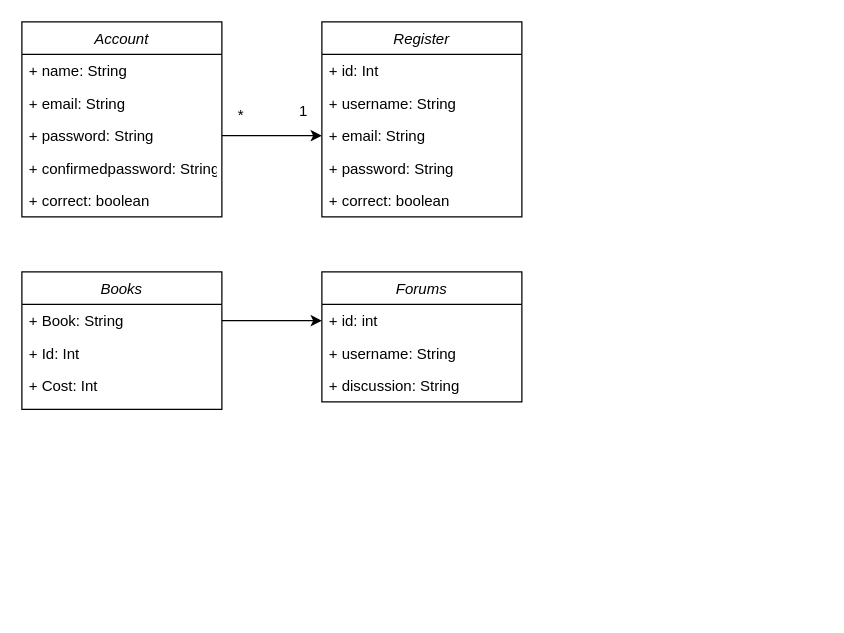
This is Ressourcen/Klassendiagramm.drawio from EthanUltra/LB-Projekt-M294-295_Ethan-Shrestha, a draw.io file, before an edit. Source tidied: cells renumbered, new cells numbered last; positions are measured from the earlier drawing's top-left corner, leaving out a move shared by most shapes. Both pictures are drawn from the tidied source at 125%, with x=0, y=0 at pixel (21, 21).
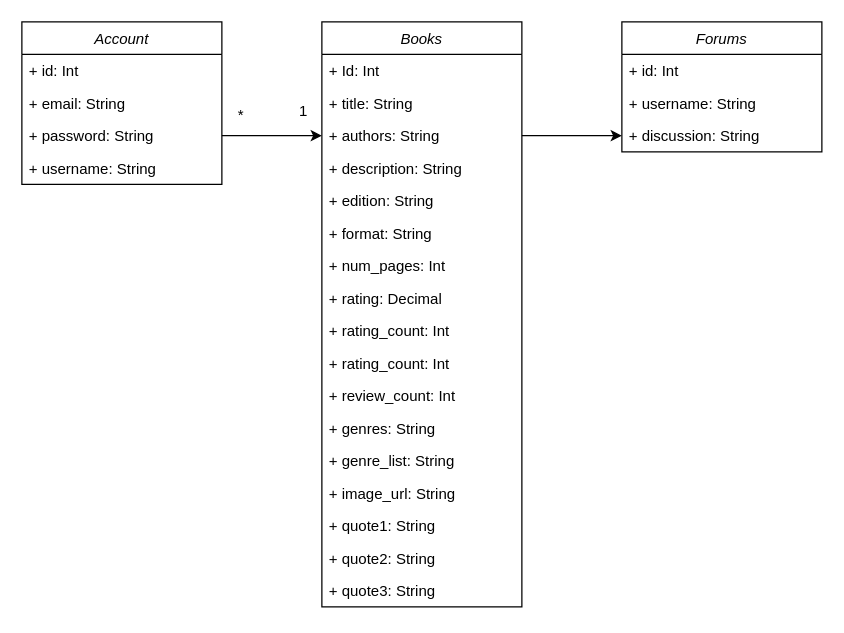
After the change.

The change refers to these unchanged cells:
```xml
<mxCell id="11" value="+ discussion: String" style="text;align=left;verticalAlign=top;spacingLeft=4;spacingRight=4;overflow=hidden;points=[[0,0.5],[1,0.5]];portConstraint=eastwest;" parent="8" vertex="1">
  <mxGeometry y="78" width="160" height="26" as="geometry" />
</mxCell>
<mxCell id="19" value="+ password: String" style="text;align=left;verticalAlign=top;spacingLeft=4;spacingRight=4;overflow=hidden;points=[[0,0.5],[1,0.5]];portConstraint=eastwest;rounded=0;shadow=0;html=0;" parent="16" vertex="1">
  <mxGeometry y="78" width="160" height="26" as="geometry" />
</mxCell>
```

Change to the diagram source:
```diff
@@
-    <mxCell id="2" value="Register" style="swimlane;fontStyle=2;align=center;verticalAlign=top;horizontal=1;startSize=26;rounded=0;shadow=0;strokeWidth=1;" parent="1" vertex="1">
-      <mxGeometry x="240" width="160" height="156" as="geometry" />
-    </mxCell>
-    <mxCell id="3" value="+ id: Int" style="text;align=left;verticalAlign=top;spacingLeft=4;spacingRight=4;overflow=hidden;" parent="2" vertex="1">
-      <mxGeometry y="26" width="160" height="26" as="geometry" />
-    </mxCell>
-    <mxCell id="4" value="+ username: String" style="text;align=left;verticalAlign=top;spacingLeft=4;spacingRight=4;overflow=hidden;rounded=0;shadow=0;html=0;" parent="2" vertex="1">
-      <mxGeometry y="52" width="160" height="26" as="geometry" />
-    </mxCell>
-    <mxCell id="5" value="+ email: String" style="text;align=left;verticalAlign=top;spacingLeft=4;spacingRight=4;overflow=hidden;points=[[0,0.5],[1,0.5]];portConstraint=eastwest;rounded=0;shadow=0;html=0;" parent="2" vertex="1">
-      <mxGeometry y="78" width="160" height="26" as="geometry" />
-    </mxCell>
-    <mxCell id="6" value="+ password: String" style="text;align=left;verticalAlign=top;spacingLeft=4;spacingRight=4;overflow=hidden;rounded=0;shadow=0;html=0;" parent="2" vertex="1">
-      <mxGeometry y="104" width="160" height="26" as="geometry" />
-    </mxCell>
-    <mxCell id="7" value="+ correct: boolean" style="text;align=left;verticalAlign=top;spacingLeft=4;spacingRight=4;overflow=hidden;rounded=0;shadow=0;html=0;" parent="2" vertex="1">
-      <mxGeometry y="130" width="160" height="26" as="geometry" />
-    </mxCell>
     <mxCell id="8" value="Forums" style="swimlane;fontStyle=2;align=center;verticalAlign=top;horizontal=1;startSize=26;rounded=0;shadow=0;strokeWidth=1;" parent="1" vertex="1">
-      <mxGeometry x="240" y="200" width="160" height="104" as="geometry" />
+      <mxGeometry x="480" width="160" height="104" as="geometry" />
     </mxCell>
-    <mxCell id="9" value="+ id: int" style="text;align=left;verticalAlign=top;spacingLeft=4;spacingRight=4;overflow=hidden;points=[[0,0.5],[1,0.5]];portConstraint=eastwest;" parent="8" vertex="1">
+    <mxCell id="9" value="+ id: Int" style="text;align=left;verticalAlign=top;spacingLeft=4;spacingRight=4;overflow=hidden;points=[[0,0.5],[1,0.5]];portConstraint=eastwest;" parent="8" vertex="1">
       <mxGeometry y="26" width="160" height="26" as="geometry" />
     </mxCell>
@@
     <mxCell id="12" value="Books" style="swimlane;fontStyle=2;align=center;verticalAlign=top;horizontal=1;startSize=26;rounded=0;shadow=0;strokeWidth=1;" parent="1" vertex="1">
-      <mxGeometry y="200" width="160" height="110" as="geometry" />
+      <mxGeometry x="240" width="160" height="468" as="geometry" />
     </mxCell>
-    <mxCell id="13" value="+ Book: String" style="text;align=left;verticalAlign=top;spacingLeft=4;spacingRight=4;overflow=hidden;points=[[0,0.5],[1,0.5]];portConstraint=eastwest;" parent="12" vertex="1">
-      <mxGeometry y="26" width="160" height="26" as="geometry" />
-    </mxCell>
     <mxCell id="14" value="+ Id: Int" style="text;align=left;verticalAlign=top;spacingLeft=4;spacingRight=4;overflow=hidden;rounded=0;shadow=0;html=0;" parent="12" vertex="1">
-      <mxGeometry y="52" width="160" height="26" as="geometry" />
+      <mxGeometry y="26" width="160" height="26" as="geometry" />
     </mxCell>
-    <mxCell id="15" value="+ Cost: Int" style="text;align=left;verticalAlign=top;spacingLeft=4;spacingRight=4;overflow=hidden;rounded=0;shadow=0;html=0;" parent="12" vertex="1">
-      <mxGeometry y="78" width="160" height="26" as="geometry" />
-    </mxCell>
+    <mxCell id="26" value="+ title: String" style="text;align=left;verticalAlign=top;spacingLeft=4;spacingRight=4;overflow=hidden;rounded=0;shadow=0;html=0;" parent="12" vertex="1">
+      <mxGeometry y="52" width="160" height="26" as="geometry" />
+    </mxCell>
+    <mxCell id="27" value="+ authors: String" style="text;align=left;verticalAlign=top;spacingLeft=4;spacingRight=4;overflow=hidden;points=[[0,0.5],[1,0.5]];portConstraint=eastwest;rounded=0;shadow=0;html=0;" parent="12" vertex="1">
+      <mxGeometry y="78" width="160" height="26" as="geometry" />
+    </mxCell>
+    <mxCell id="28" value="+ description: String" style="text;align=left;verticalAlign=top;spacingLeft=4;spacingRight=4;overflow=hidden;rounded=0;shadow=0;html=0;" parent="12" vertex="1">
+      <mxGeometry y="104" width="160" height="26" as="geometry" />
+    </mxCell>
+    <mxCell id="29" value="+ edition: String" style="text;align=left;verticalAlign=top;spacingLeft=4;spacingRight=4;overflow=hidden;rounded=0;shadow=0;html=0;" parent="12" vertex="1">
+      <mxGeometry y="130" width="160" height="26" as="geometry" />
+    </mxCell>
+    <mxCell id="30" value="+ format: String" style="text;align=left;verticalAlign=top;spacingLeft=4;spacingRight=4;overflow=hidden;rounded=0;shadow=0;html=0;" parent="12" vertex="1">
+      <mxGeometry y="156" width="160" height="26" as="geometry" />
+    </mxCell>
+    <mxCell id="31" value="+ num_pages: Int" style="text;align=left;verticalAlign=top;spacingLeft=4;spacingRight=4;overflow=hidden;rounded=0;shadow=0;html=0;" parent="12" vertex="1">
+      <mxGeometry y="182" width="160" height="26" as="geometry" />
+    </mxCell>
+    <mxCell id="32" value="+ rating: Decimal" style="text;align=left;verticalAlign=top;spacingLeft=4;spacingRight=4;overflow=hidden;rounded=0;shadow=0;html=0;" parent="12" vertex="1">
+      <mxGeometry y="208" width="160" height="26" as="geometry" />
+    </mxCell>
+    <mxCell id="33" value="+ rating_count: Int" style="text;align=left;verticalAlign=top;spacingLeft=4;spacingRight=4;overflow=hidden;rounded=0;shadow=0;html=0;" parent="12" vertex="1">
+      <mxGeometry y="234" width="160" height="26" as="geometry" />
+    </mxCell>
+    <mxCell id="34" value="+ rating_count: Int" style="text;align=left;verticalAlign=top;spacingLeft=4;spacingRight=4;overflow=hidden;rounded=0;shadow=0;html=0;" parent="12" vertex="1">
+      <mxGeometry y="260" width="160" height="26" as="geometry" />
+    </mxCell>
+    <mxCell id="35" value="+ review_count: Int" style="text;align=left;verticalAlign=top;spacingLeft=4;spacingRight=4;overflow=hidden;rounded=0;shadow=0;html=0;" parent="12" vertex="1">
+      <mxGeometry y="286" width="160" height="26" as="geometry" />
+    </mxCell>
+    <mxCell id="36" value="+ genres: String" style="text;align=left;verticalAlign=top;spacingLeft=4;spacingRight=4;overflow=hidden;rounded=0;shadow=0;html=0;" parent="12" vertex="1">
+      <mxGeometry y="312" width="160" height="26" as="geometry" />
+    </mxCell>
+    <mxCell id="37" value="+ genre_list: String" style="text;align=left;verticalAlign=top;spacingLeft=4;spacingRight=4;overflow=hidden;rounded=0;shadow=0;html=0;" parent="12" vertex="1">
+      <mxGeometry y="338" width="160" height="26" as="geometry" />
+    </mxCell>
+    <mxCell id="38" value="+ image_url: String" style="text;align=left;verticalAlign=top;spacingLeft=4;spacingRight=4;overflow=hidden;rounded=0;shadow=0;html=0;" parent="12" vertex="1">
+      <mxGeometry y="364" width="160" height="26" as="geometry" />
+    </mxCell>
+    <mxCell id="39" value="+ quote1: String" style="text;align=left;verticalAlign=top;spacingLeft=4;spacingRight=4;overflow=hidden;rounded=0;shadow=0;html=0;" parent="12" vertex="1">
+      <mxGeometry y="390" width="160" height="26" as="geometry" />
+    </mxCell>
+    <mxCell id="40" value="+ quote2: String" style="text;align=left;verticalAlign=top;spacingLeft=4;spacingRight=4;overflow=hidden;rounded=0;shadow=0;html=0;" parent="12" vertex="1">
+      <mxGeometry y="416" width="160" height="26" as="geometry" />
+    </mxCell>
+    <mxCell id="41" value="+ quote3: String" style="text;align=left;verticalAlign=top;spacingLeft=4;spacingRight=4;overflow=hidden;rounded=0;shadow=0;html=0;" parent="12" vertex="1">
+      <mxGeometry y="442" width="160" height="26" as="geometry" />
+    </mxCell>
     <mxCell id="16" value="Account" style="swimlane;fontStyle=2;align=center;verticalAlign=top;horizontal=1;startSize=26;rounded=0;shadow=0;strokeWidth=1;" parent="1" vertex="1">
-      <mxGeometry width="160" height="156" as="geometry" />
+      <mxGeometry width="160" height="130" as="geometry" />
     </mxCell>
-    <mxCell id="17" value="+ name: String" style="text;align=left;verticalAlign=top;spacingLeft=4;spacingRight=4;overflow=hidden;" parent="16" vertex="1">
-      <mxGeometry y="26" width="160" height="26" as="geometry" />
-    </mxCell>
+    <mxCell id="3" value="+ id: Int&#10;" style="text;align=left;verticalAlign=top;spacingLeft=4;spacingRight=4;overflow=hidden;rounded=0;shadow=0;html=0;" parent="16" vertex="1">
+      <mxGeometry y="26" width="160" height="26" as="geometry" />
+    </mxCell>
@@
-    <mxCell id="20" value="+ confirmedpassword: String" style="text;align=left;verticalAlign=top;spacingLeft=4;spacingRight=4;overflow=hidden;rounded=0;shadow=0;html=0;" parent="16" vertex="1">
-      <mxGeometry y="104" width="160" height="26" as="geometry" />
-    </mxCell>
-    <mxCell id="21" value="+ correct: boolean" style="text;align=left;verticalAlign=top;spacingLeft=4;spacingRight=4;overflow=hidden;rounded=0;shadow=0;html=0;" parent="16" vertex="1">
-      <mxGeometry y="130" width="160" height="26" as="geometry" />
-    </mxCell>
+    <mxCell id="17" value="+ username: String" style="text;align=left;verticalAlign=top;spacingLeft=4;spacingRight=4;overflow=hidden;" parent="16" vertex="1">
+      <mxGeometry y="104" width="160" height="26" as="geometry" />
+    </mxCell>
@@
-    <mxCell id="24" style="edgeStyle=orthogonalEdgeStyle;rounded=0;jettySize=auto;html=1;entryX=0;entryY=0.5;entryDx=0;entryDy=0;" parent="1" edge="1" source="13" target="9">
+    <mxCell id="24" style="edgeStyle=orthogonalEdgeStyle;rounded=0;jettySize=auto;html=1;entryX=0;entryY=0.5;entryDx=0;entryDy=0;exitX=1;exitY=0.5;exitDx=0;exitDy=0;" parent="1" edge="1" source="27" target="11">
       <mxGeometry relative="1" as="geometry" />
     </mxCell>
-    <mxCell id="25" style="edgeStyle=orthogonalEdgeStyle;rounded=0;jettySize=auto;html=1;" parent="1" edge="1" source="19" target="5">
-      <mxGeometry relative="1" as="geometry" />
+    <mxCell id="25" style="edgeStyle=orthogonalEdgeStyle;rounded=0;jettySize=auto;html=1;" parent="1" edge="1" source="19">
+      <mxGeometry relative="1" as="geometry">
+        <mxPoint x="240" y="91" as="targetPoint" />
+      </mxGeometry>
     </mxCell>
```
